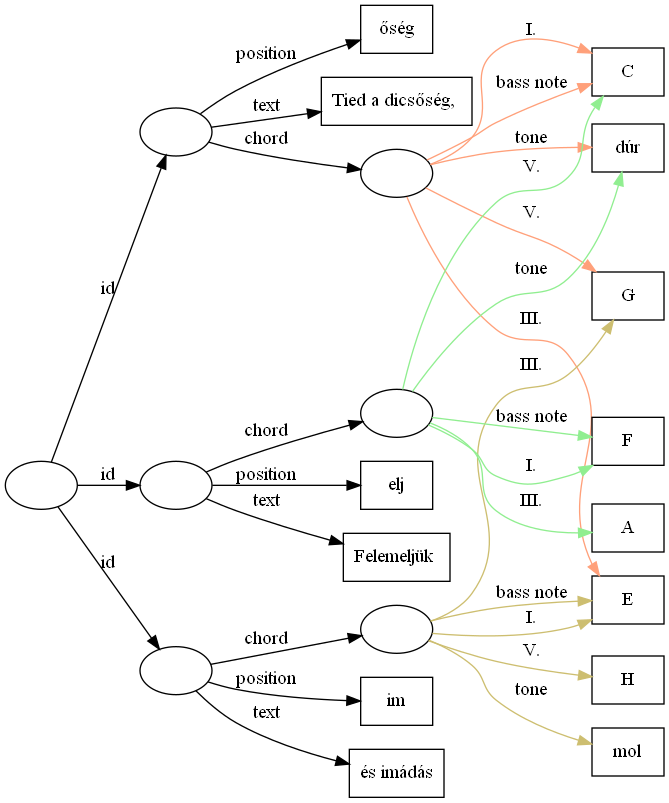
Above: szakdolgozat/images/img_src/representation_of_sheet.png in Ancsak01/szakdolgozat (Graphviz), before the change. Its source is kept beside it as szakdolgozat/images/img_src/representation_of_sheet.dot. Source of this version:
```dot
digraph g {
    rankdir=LR
    Sheet [label=""]

    subgraph segment_0 {

        segment_0_ID [label=""]
        segment_0_Position [label="őség" shape="box"]
        segment_0_Text [label="Tied a dicsőség, " shape="box"]
        segment_0_Chord [label=""]
        segment_0_Tone [label="dúr" shape="box"]
        segment_0_Deg1 [label="C" shape="box"]
        segment_0_Deg3 [label="E" shape="box"]
        segment_0_Deg5 [label="G" shape="box"]
        segment_0_ID -> segment_0_Position [label="position"]
        segment_0_ID -> segment_0_Text [label="text"]
        segment_0_ID -> segment_0_Chord [label="chord"]
        edge [color=lightsalmon]
        segment_0_Chord -> segment_0_Tone [label="tone"]
        segment_0_Chord -> segment_0_Deg1 [label="I."]
        segment_0_Chord -> segment_0_Deg3 [label="III."]
        segment_0_Chord -> segment_0_Deg5 [label="V."]
        segment_0_Chord -> segment_0_Deg1 [label="bass note"]
    }

    subgraph segment_1 {

        segment_1_ID [label=""]
        segment_1_Position [label="im" shape="box"]
        segment_1_Text [label="és imádás" shape="box"]
        segment_1_Chord [label=""]
        segment_1_Tone [label="mol" shape="box"]
        segment_1_Deg5 [label="H" shape="box"]
        segment_1_ID -> segment_1_Position [label="position"]
        segment_1_ID -> segment_1_Text [label="text"]
        segment_1_ID -> segment_1_Chord [label="chord"]
        edge [color=lightgoldenrod3]
        segment_1_Chord -> segment_1_Tone [label="tone"]
        segment_1_Chord -> segment_0_Deg3 [label="I."]
        segment_1_Chord -> segment_0_Deg5 [label="III."]
        segment_1_Chord -> segment_1_Deg5 [label="V."]
        segment_1_Chord -> segment_0_Deg3 [label="bass note"]
    }

    subgraph segment_2 {

        segment_2_ID [label=""]
        segment_2_Position [label="elj" shape="box"]
        segment_2_Text [label="Felemeljük " shape="box"]
        segment_2_Chord [label=""]
        segment_2_Deg1 [label="F" shape="box"]
        segment_2_Deg3 [label="A" shape="box"]
        segment_2_ID -> segment_2_Position [label="position"]
        segment_2_ID -> segment_2_Text [label="text"]
        segment_2_ID -> segment_2_Chord [label="chord"]
        edge [color=lightgreen]
        segment_2_Chord -> segment_0_Tone [label="tone"]
        segment_2_Chord -> segment_2_Deg1 [label="I."]
        segment_2_Chord -> segment_2_Deg3 [label="III."]
        segment_2_Chord -> segment_0_Deg1 [label="V."]
        segment_2_Chord -> segment_2_Deg1 [label="bass note"]
    }

    Sheet -> segment_0_ID [label="id"]
    Sheet -> segment_1_ID [label="id"]
    Sheet -> segment_2_ID [label="id"]
}
```
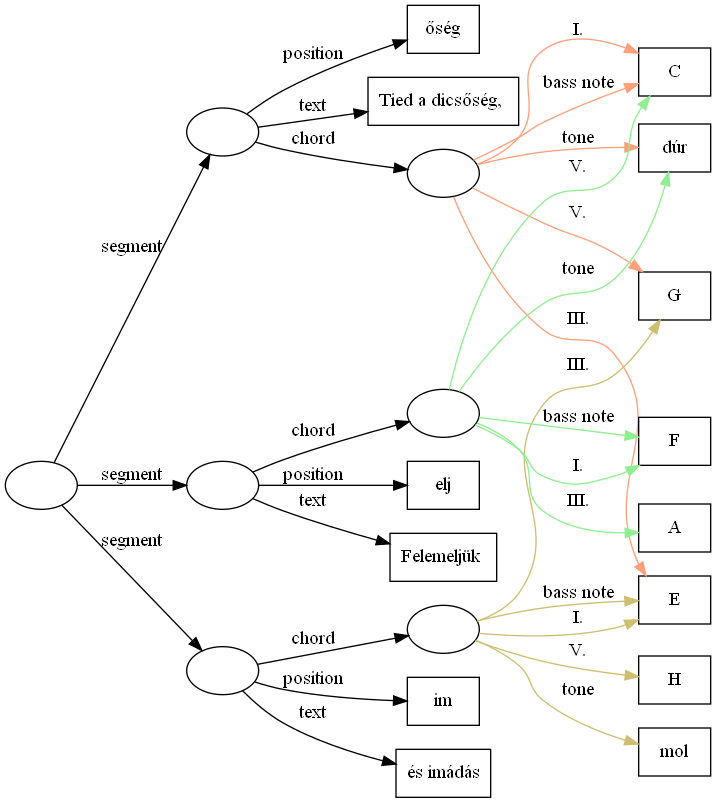
After the change.

Diff of the diagram source:
```diff
@@ -61,7 +61,7 @@
         segment_2_Chord -> segment_2_Deg1 [label="bass note"]
     }
 
-    Sheet -> segment_0_ID [label="id"]
-    Sheet -> segment_1_ID [label="id"]
-    Sheet -> segment_2_ID [label="id"]
+    Sheet -> segment_0_ID [label="segment"]
+    Sheet -> segment_1_ID [label="segment"]
+    Sheet -> segment_2_ID [label="segment"]
 }
```
